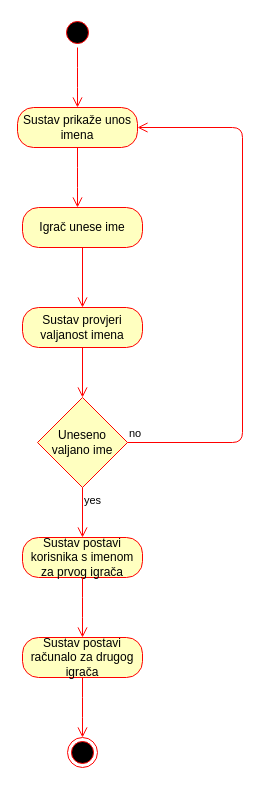
LukaFarkas99/Battleship keeps this draw.io diagram as page "Activity: Unos igrača" (3 of 9) of Dijagram.drawio. Above is the earlier version. Source tidied: cells renumbered, new cells numbered last; positions are measured from the earlier drawing's top-left corner, leaving out a move shared by most shapes. Both pictures are drawn from the tidied source at 100%, with x=0, y=0 at pixel (17, 17).
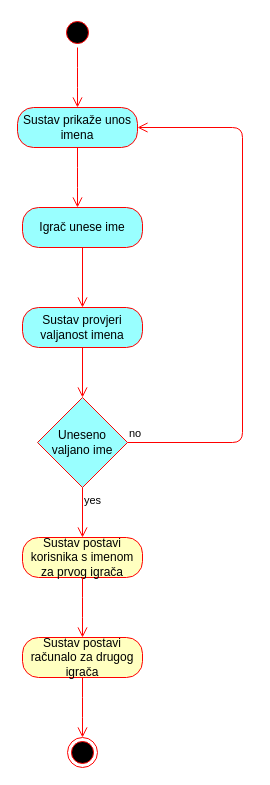
Above is the later version.

The edit, as a diff of the source:
```diff
@@
-    <mxCell id="4" value="Sustav prikaže unos imena" style="rounded=1;whiteSpace=wrap;html=1;arcSize=40;fontColor=#000000;fillColor=#ffffc0;strokeColor=#ff0000;" parent="1" vertex="1">
+    <mxCell id="4" value="Sustav prikaže unos imena" style="rounded=1;whiteSpace=wrap;html=1;arcSize=40;fontColor=#000000;strokeColor=#ff0000;fillColor=#99FFFF;" parent="1" vertex="1">
       <mxGeometry y="90" width="120" height="40" as="geometry" />
     </mxCell>
@@
-    <mxCell id="6" value="Igrač unese ime" style="rounded=1;whiteSpace=wrap;html=1;arcSize=40;fontColor=#000000;fillColor=#ffffc0;strokeColor=#ff0000;" parent="1" vertex="1">
+    <mxCell id="6" value="Igrač unese ime" style="rounded=1;whiteSpace=wrap;html=1;arcSize=40;fontColor=#000000;strokeColor=#ff0000;fillColor=#99FFFF;" parent="1" vertex="1">
       <mxGeometry x="5" y="190" width="120" height="40" as="geometry" />
     </mxCell>
@@
-    <mxCell id="8" value="Sustav provjeri valjanost imena" style="rounded=1;whiteSpace=wrap;html=1;arcSize=40;fontColor=#000000;fillColor=#ffffc0;strokeColor=#ff0000;" parent="1" vertex="1">
+    <mxCell id="8" value="Sustav provjeri valjanost imena" style="rounded=1;whiteSpace=wrap;html=1;arcSize=40;fontColor=#000000;strokeColor=#ff0000;fillColor=#99FFFF;" parent="1" vertex="1">
       <mxGeometry x="5" y="290" width="120" height="40" as="geometry" />
     </mxCell>
@@
-    <mxCell id="10" value="Uneseno valjano ime" style="rhombus;whiteSpace=wrap;html=1;fillColor=#ffffc0;strokeColor=#ff0000;" parent="1" vertex="1">
+    <mxCell id="10" value="Uneseno valjano ime" style="rhombus;whiteSpace=wrap;html=1;strokeColor=#ff0000;fillColor=#99FFFF;" parent="1" vertex="1">
       <mxGeometry x="20" y="380" width="90" height="90" as="geometry" />
     </mxCell>
```
